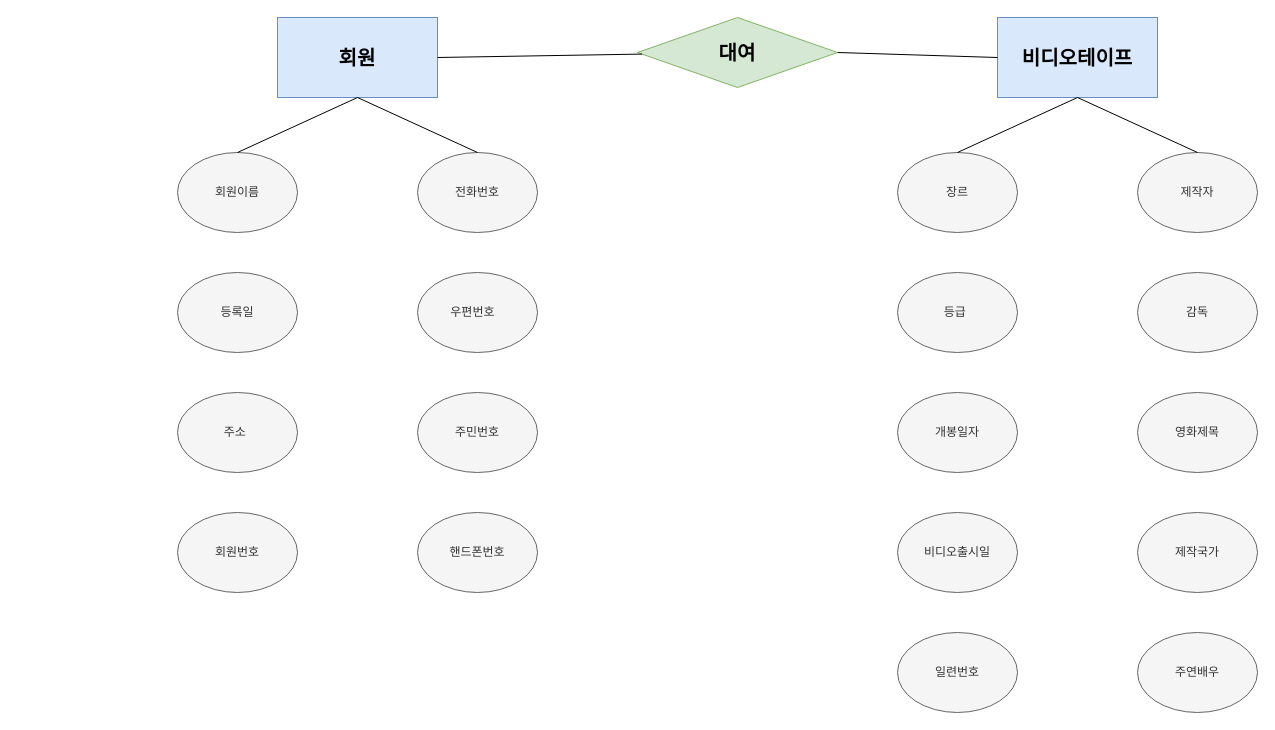
This is 개념적 데이터베이스 모델링.drawio from pjiny92/study, a draw.io file, before an edit. Source tidied: cells renumbered, new cells numbered last; positions are measured from the earlier drawing's top-left corner, leaving out a move shared by most shapes. Both pictures are drawn from the tidied source at 100%, with x=0, y=0 at pixel (177, 17).
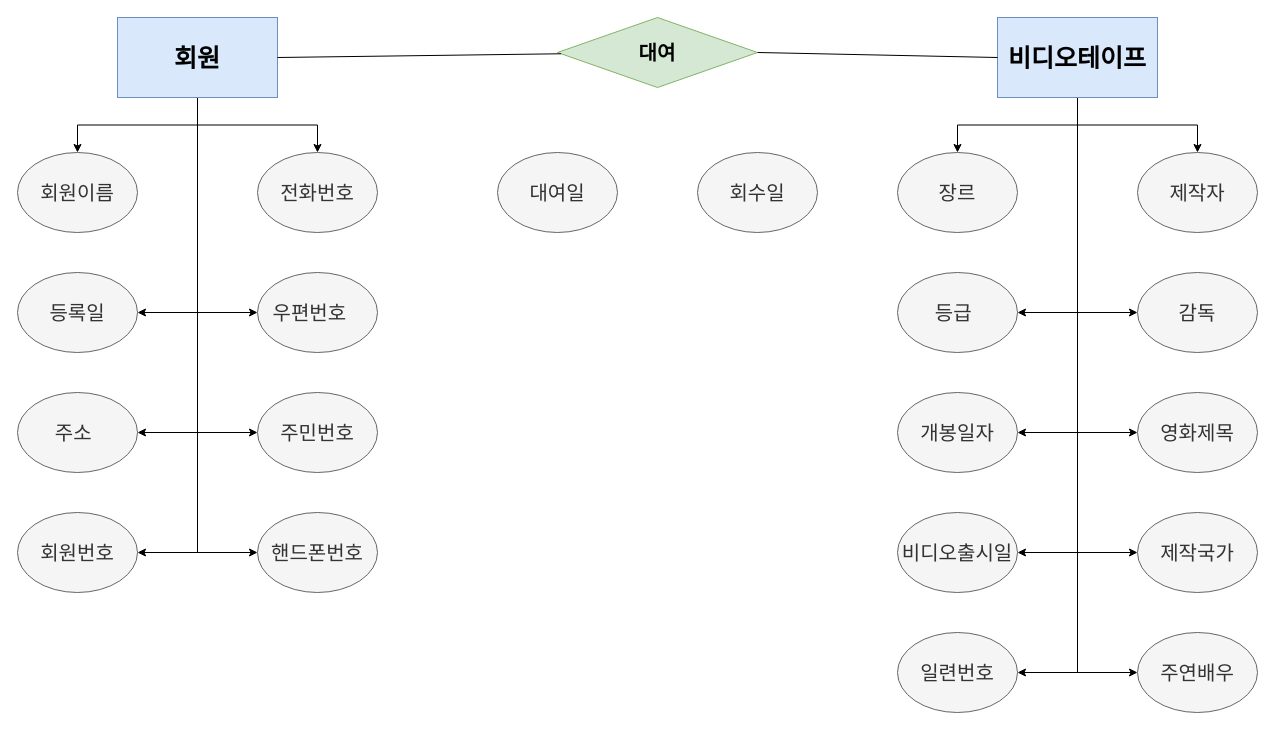
The same diagram, later.

Commit message:
개념적 데이터베이스 모델링.drawio 업데이트

Change to the diagram source:
```diff
@@
+    <mxCell id="29" style="edgeStyle=orthogonalEdgeStyle;rounded=0;jettySize=auto;html=1;exitX=0.5;exitY=1;exitDx=0;exitDy=0;entryX=0.5;entryY=0;entryDx=0;entryDy=0;" parent="1" edge="1" source="2" target="5">
+      <mxGeometry relative="1" as="geometry" />
+    </mxCell>
+    <mxCell id="30" style="edgeStyle=orthogonalEdgeStyle;rounded=0;jettySize=auto;html=1;exitX=0.5;exitY=1;exitDx=0;exitDy=0;entryX=0.5;entryY=0;entryDx=0;entryDy=0;" parent="1" edge="1" source="2" target="6">
+      <mxGeometry relative="1" as="geometry" />
+    </mxCell>
+    <mxCell id="31" style="edgeStyle=orthogonalEdgeStyle;rounded=0;jettySize=auto;html=1;exitX=0.5;exitY=1;exitDx=0;exitDy=0;entryX=1;entryY=0.5;entryDx=0;entryDy=0;" parent="1" edge="1" source="2" target="21">
+      <mxGeometry relative="1" as="geometry" />
+    </mxCell>
+    <mxCell id="32" style="edgeStyle=orthogonalEdgeStyle;rounded=0;jettySize=auto;html=1;exitX=0.5;exitY=1;exitDx=0;exitDy=0;entryX=0;entryY=0.5;entryDx=0;entryDy=0;" parent="1" edge="1" source="2" target="24">
+      <mxGeometry relative="1" as="geometry" />
+    </mxCell>
+    <mxCell id="33" style="edgeStyle=orthogonalEdgeStyle;rounded=0;jettySize=auto;html=1;exitX=0.5;exitY=1;exitDx=0;exitDy=0;entryX=1;entryY=0.5;entryDx=0;entryDy=0;" parent="1" edge="1" source="2" target="22">
+      <mxGeometry relative="1" as="geometry" />
+    </mxCell>
+    <mxCell id="34" style="edgeStyle=orthogonalEdgeStyle;rounded=0;jettySize=auto;html=1;exitX=0.5;exitY=1;exitDx=0;exitDy=0;entryX=0;entryY=0.5;entryDx=0;entryDy=0;" parent="1" edge="1" source="2" target="25">
+      <mxGeometry relative="1" as="geometry" />
+    </mxCell>
+    <mxCell id="35" style="edgeStyle=orthogonalEdgeStyle;rounded=0;jettySize=auto;html=1;exitX=0.5;exitY=1;exitDx=0;exitDy=0;entryX=1;entryY=0.5;entryDx=0;entryDy=0;" parent="1" edge="1" source="2" target="23">
+      <mxGeometry relative="1" as="geometry" />
+    </mxCell>
+    <mxCell id="36" style="edgeStyle=orthogonalEdgeStyle;rounded=0;jettySize=auto;html=1;exitX=0.5;exitY=1;exitDx=0;exitDy=0;entryX=0;entryY=0.5;entryDx=0;entryDy=0;" parent="1" edge="1" source="2" target="26">
+      <mxGeometry relative="1" as="geometry" />
+    </mxCell>
+    <mxCell id="37" style="edgeStyle=orthogonalEdgeStyle;rounded=0;jettySize=auto;html=1;exitX=0.5;exitY=1;exitDx=0;exitDy=0;entryX=1;entryY=0.5;entryDx=0;entryDy=0;" parent="1" edge="1" source="2" target="27">
+      <mxGeometry relative="1" as="geometry" />
+    </mxCell>
+    <mxCell id="38" style="edgeStyle=orthogonalEdgeStyle;rounded=0;jettySize=auto;html=1;exitX=0.5;exitY=1;exitDx=0;exitDy=0;entryX=0;entryY=0.5;entryDx=0;entryDy=0;" parent="1" edge="1" source="2" target="28">
+      <mxGeometry relative="1" as="geometry" />
+    </mxCell>
-    <mxCell id="2" value="비디오테이프" style="rounded=0;whiteSpace=wrap;html=1;fillColor=#dae8fc;strokeColor=#6c8ebf;fontStyle=1;fontSize=20;" parent="1" vertex="1">
+    <mxCell id="2" value="비디오테이프" style="rounded=0;whiteSpace=wrap;html=1;fillColor=#dae8fc;strokeColor=#6c8ebf;fontStyle=1;fontSize=25;" parent="1" vertex="1">
       <mxGeometry x="820" width="160" height="80" as="geometry" />
     </mxCell>
-    <mxCell id="3" value="전화번호" style="ellipse;whiteSpace=wrap;html=1;fillColor=#f5f5f5;fontColor=#333333;strokeColor=#666666;" parent="1" vertex="1">
-      <mxGeometry x="240" y="135" width="120" height="80" as="geometry" />
+    <mxCell id="3" value="전화번호" style="ellipse;whiteSpace=wrap;html=1;fillColor=#f5f5f5;fontColor=#333333;strokeColor=#666666;fontSize=20;" parent="1" vertex="1">
+      <mxGeometry x="80" y="135" width="120" height="80" as="geometry" />
     </mxCell>
     <mxCell id="4" value="&lt;b&gt;대여&lt;/b&gt;" style="rhombus;whiteSpace=wrap;html=1;fillColor=#d5e8d4;strokeColor=#82b366;fontSize=20;" parent="1" vertex="1">
-      <mxGeometry x="460" width="200" height="70" as="geometry" />
+      <mxGeometry x="380" width="200" height="70" as="geometry" />
     </mxCell>
-    <mxCell id="5" value="장르" style="ellipse;whiteSpace=wrap;html=1;fillColor=#f5f5f5;fontColor=#333333;strokeColor=#666666;" parent="1" vertex="1">
+    <mxCell id="5" value="장르" style="ellipse;whiteSpace=wrap;html=1;fillColor=#f5f5f5;fontColor=#333333;strokeColor=#666666;fontSize=20;" parent="1" vertex="1">
       <mxGeometry x="720" y="135" width="120" height="80" as="geometry" />
     </mxCell>
-    <mxCell id="6" value="제작자" style="ellipse;whiteSpace=wrap;html=1;fillColor=#f5f5f5;fontColor=#333333;strokeColor=#666666;" parent="1" vertex="1">
+    <mxCell id="6" value="제작자" style="ellipse;whiteSpace=wrap;html=1;fillColor=#f5f5f5;fontColor=#333333;strokeColor=#666666;fontSize=20;" parent="1" vertex="1">
       <mxGeometry x="960" y="135" width="120" height="80" as="geometry" />
     </mxCell>
-    <mxCell id="7" value="회원이름" style="ellipse;whiteSpace=wrap;html=1;fillColor=#f5f5f5;fontColor=#333333;strokeColor=#666666;" parent="1" vertex="1">
-      <mxGeometry y="135" width="120" height="80" as="geometry" />
+    <mxCell id="7" value="회원이름" style="ellipse;whiteSpace=wrap;html=1;fillColor=#f5f5f5;fontColor=#333333;strokeColor=#666666;fontSize=20;" parent="1" vertex="1">
+      <mxGeometry x="-160" y="135" width="120" height="80" as="geometry" />
     </mxCell>
+    <mxCell id="39" style="edgeStyle=orthogonalEdgeStyle;rounded=0;jettySize=auto;html=1;exitX=0.5;exitY=1;exitDx=0;exitDy=0;entryX=1;entryY=0.5;entryDx=0;entryDy=0;" parent="1" edge="1" source="8" target="15">
+      <mxGeometry relative="1" as="geometry" />
+    </mxCell>
+    <mxCell id="40" style="edgeStyle=orthogonalEdgeStyle;rounded=0;jettySize=auto;html=1;exitX=0.5;exitY=1;exitDx=0;exitDy=0;entryX=0.5;entryY=0;entryDx=0;entryDy=0;" parent="1" edge="1" source="8" target="7">
+      <mxGeometry relative="1" as="geometry" />
+    </mxCell>
+    <mxCell id="12" style="edgeStyle=orthogonalEdgeStyle;rounded=0;jettySize=auto;html=1;exitX=0.5;exitY=1;exitDx=0;exitDy=0;entryX=0.5;entryY=0;entryDx=0;entryDy=0;" parent="1" edge="1" source="8" target="3">
+      <mxGeometry relative="1" as="geometry" />
+    </mxCell>
+    <mxCell id="41" style="edgeStyle=orthogonalEdgeStyle;rounded=0;jettySize=auto;html=1;exitX=0.5;exitY=1;exitDx=0;exitDy=0;entryX=0;entryY=0.5;entryDx=0;entryDy=0;" parent="1" edge="1" source="8" target="18">
+      <mxGeometry relative="1" as="geometry" />
+    </mxCell>
+    <mxCell id="42" style="edgeStyle=orthogonalEdgeStyle;rounded=0;jettySize=auto;html=1;exitX=0.5;exitY=1;exitDx=0;exitDy=0;entryX=1;entryY=0.5;entryDx=0;entryDy=0;" parent="1" edge="1" source="8" target="16">
+      <mxGeometry relative="1" as="geometry" />
+    </mxCell>
+    <mxCell id="43" style="edgeStyle=orthogonalEdgeStyle;rounded=0;jettySize=auto;html=1;exitX=0.5;exitY=1;exitDx=0;exitDy=0;entryX=0;entryY=0.5;entryDx=0;entryDy=0;" parent="1" edge="1" source="8" target="19">
+      <mxGeometry relative="1" as="geometry" />
+    </mxCell>
+    <mxCell id="44" style="edgeStyle=orthogonalEdgeStyle;rounded=0;jettySize=auto;html=1;exitX=0.5;exitY=1;exitDx=0;exitDy=0;entryX=1;entryY=0.5;entryDx=0;entryDy=0;" parent="1" edge="1" source="8" target="17">
+      <mxGeometry relative="1" as="geometry" />
+    </mxCell>
+    <mxCell id="45" style="edgeStyle=orthogonalEdgeStyle;rounded=0;jettySize=auto;html=1;exitX=0.5;exitY=1;exitDx=0;exitDy=0;entryX=0;entryY=0.5;entryDx=0;entryDy=0;" parent="1" edge="1" source="8" target="20">
+      <mxGeometry relative="1" as="geometry" />
+    </mxCell>
-    <mxCell id="8" value="회원" style="rounded=0;whiteSpace=wrap;html=1;fillColor=#dae8fc;strokeColor=#6c8ebf;fontStyle=1;fontSize=20;" parent="1" vertex="1">
-      <mxGeometry x="100" width="160" height="80" as="geometry" />
+    <mxCell id="8" value="회원" style="rounded=0;whiteSpace=wrap;html=1;fillColor=#dae8fc;strokeColor=#6c8ebf;fontStyle=1;fontSize=25;" parent="1" vertex="1">
+      <mxGeometry x="-60" width="160" height="80" as="geometry" />
     </mxCell>
@@
-    <mxCell id="11" style="endArrow=none;html=1;rounded=0;entryX=0.5;entryY=1;entryDx=0;entryDy=0;exitX=0.5;exitY=0;exitDx=0;exitDy=0;" parent="1" edge="1" source="5" target="2">
-      <mxGeometry relative="1" as="geometry" />
-    </mxCell>
-    <mxCell id="12" style="endArrow=none;html=1;rounded=0;exitX=0.5;exitY=1;exitDx=0;exitDy=0;entryX=0.5;entryY=0;entryDx=0;entryDy=0;" parent="1" edge="1" source="8" target="3">
-      <mxGeometry relative="1" as="geometry" />
-    </mxCell>
-    <mxCell id="13" style="endArrow=none;html=1;rounded=0;exitX=0.5;exitY=0;exitDx=0;exitDy=0;entryX=0.5;entryY=1;entryDx=0;entryDy=0;" parent="1" edge="1" source="7" target="8">
-      <mxGeometry relative="1" as="geometry" />
-    </mxCell>
-    <mxCell id="14" style="endArrow=none;html=1;rounded=0;entryX=0.5;entryY=1;entryDx=0;entryDy=0;exitX=0.5;exitY=0;exitDx=0;exitDy=0;" parent="1" edge="1" source="6" target="2">
-      <mxGeometry relative="1" as="geometry" />
-    </mxCell>
-    <mxCell id="15" value="등록일" style="ellipse;whiteSpace=wrap;html=1;fillColor=#f5f5f5;fontColor=#333333;strokeColor=#666666;" parent="1" vertex="1">
-      <mxGeometry y="255" width="120" height="80" as="geometry" />
+    <mxCell id="15" value="등록일" style="ellipse;whiteSpace=wrap;html=1;fillColor=#f5f5f5;fontColor=#333333;strokeColor=#666666;fontSize=20;" parent="1" vertex="1">
+      <mxGeometry x="-160" y="255" width="120" height="80" as="geometry" />
     </mxCell>
-    <mxCell id="16" value="주소&lt;span style=&quot;white-space: pre;&quot;&gt;&#9;&lt;/span&gt;" style="ellipse;whiteSpace=wrap;html=1;fillColor=#f5f5f5;fontColor=#333333;strokeColor=#666666;" parent="1" vertex="1">
-      <mxGeometry y="375" width="120" height="80" as="geometry" />
+    <mxCell id="16" value="주소&lt;span style=&quot;white-space: pre; font-size: 20px;&quot;&gt;&#9;&lt;/span&gt;" style="ellipse;whiteSpace=wrap;html=1;fillColor=#f5f5f5;fontColor=#333333;strokeColor=#666666;fontSize=20;" parent="1" vertex="1">
+      <mxGeometry x="-160" y="375" width="120" height="80" as="geometry" />
     </mxCell>
-    <mxCell id="17" value="회원번호" style="ellipse;whiteSpace=wrap;html=1;fillColor=#f5f5f5;fontColor=#333333;strokeColor=#666666;" parent="1" vertex="1">
-      <mxGeometry y="495" width="120" height="80" as="geometry" />
+    <mxCell id="17" value="회원번호" style="ellipse;whiteSpace=wrap;html=1;fillColor=#f5f5f5;fontColor=#333333;strokeColor=#666666;fontSize=20;" parent="1" vertex="1">
+      <mxGeometry x="-160" y="495" width="120" height="80" as="geometry" />
     </mxCell>
-    <mxCell id="18" value="우편번호&lt;span style=&quot;white-space: pre;&quot;&gt;&#9;&lt;/span&gt;" style="ellipse;whiteSpace=wrap;html=1;fillColor=#f5f5f5;fontColor=#333333;strokeColor=#666666;" parent="1" vertex="1">
-      <mxGeometry x="240" y="255" width="120" height="80" as="geometry" />
+    <mxCell id="18" value="우편번호&lt;span style=&quot;white-space: pre; font-size: 20px;&quot;&gt;&#9;&lt;/span&gt;" style="ellipse;whiteSpace=wrap;html=1;fillColor=#f5f5f5;fontColor=#333333;strokeColor=#666666;fontSize=20;" parent="1" vertex="1">
+      <mxGeometry x="80" y="255" width="120" height="80" as="geometry" />
     </mxCell>
-    <mxCell id="19" value="주민번호" style="ellipse;whiteSpace=wrap;html=1;fillColor=#f5f5f5;fontColor=#333333;strokeColor=#666666;" parent="1" vertex="1">
-      <mxGeometry x="240" y="375" width="120" height="80" as="geometry" />
+    <mxCell id="19" value="주민번호" style="ellipse;whiteSpace=wrap;html=1;fillColor=#f5f5f5;fontColor=#333333;strokeColor=#666666;fontSize=20;" parent="1" vertex="1">
+      <mxGeometry x="80" y="375" width="120" height="80" as="geometry" />
     </mxCell>
-    <mxCell id="20" value="핸드폰번호" style="ellipse;whiteSpace=wrap;html=1;fillColor=#f5f5f5;fontColor=#333333;strokeColor=#666666;" parent="1" vertex="1">
-      <mxGeometry x="240" y="495" width="120" height="80" as="geometry" />
+    <mxCell id="20" value="핸드폰번호" style="ellipse;whiteSpace=wrap;html=1;fillColor=#f5f5f5;fontColor=#333333;strokeColor=#666666;fontSize=20;" parent="1" vertex="1">
+      <mxGeometry x="80" y="495" width="120" height="80" as="geometry" />
     </mxCell>
-    <mxCell id="21" value="등급&lt;span style=&quot;white-space: pre;&quot;&gt;&#9;&lt;/span&gt;" style="ellipse;whiteSpace=wrap;html=1;fillColor=#f5f5f5;fontColor=#333333;strokeColor=#666666;" parent="1" vertex="1">
+    <mxCell id="21" value="등급&lt;span style=&quot;white-space: pre; font-size: 20px;&quot;&gt;&#9;&lt;/span&gt;" style="ellipse;whiteSpace=wrap;html=1;fillColor=#f5f5f5;fontColor=#333333;strokeColor=#666666;fontSize=20;" parent="1" vertex="1">
       <mxGeometry x="720" y="255" width="120" height="80" as="geometry" />
     </mxCell>
-    <mxCell id="22" value="개봉일자" style="ellipse;whiteSpace=wrap;html=1;fillColor=#f5f5f5;fontColor=#333333;strokeColor=#666666;" parent="1" vertex="1">
+    <mxCell id="22" value="개봉일자" style="ellipse;whiteSpace=wrap;html=1;fillColor=#f5f5f5;fontColor=#333333;strokeColor=#666666;fontSize=20;" parent="1" vertex="1">
       <mxGeometry x="720" y="375" width="120" height="80" as="geometry" />
     </mxCell>
-    <mxCell id="23" value="비디오출시일" style="ellipse;whiteSpace=wrap;html=1;fillColor=#f5f5f5;fontColor=#333333;strokeColor=#666666;" parent="1" vertex="1">
+    <mxCell id="23" value="비디오출시일" style="ellipse;whiteSpace=wrap;html=1;fillColor=#f5f5f5;fontColor=#333333;strokeColor=#666666;fontSize=20;" parent="1" vertex="1">
       <mxGeometry x="720" y="495" width="120" height="80" as="geometry" />
     </mxCell>
-    <mxCell id="24" value="감독" style="ellipse;whiteSpace=wrap;html=1;fillColor=#f5f5f5;fontColor=#333333;strokeColor=#666666;" parent="1" vertex="1">
+    <mxCell id="24" value="감독" style="ellipse;whiteSpace=wrap;html=1;fillColor=#f5f5f5;fontColor=#333333;strokeColor=#666666;fontSize=20;" parent="1" vertex="1">
       <mxGeometry x="960" y="255" width="120" height="80" as="geometry" />
     </mxCell>
-    <mxCell id="25" value="영화제목" style="ellipse;whiteSpace=wrap;html=1;fillColor=#f5f5f5;fontColor=#333333;strokeColor=#666666;" parent="1" vertex="1">
+    <mxCell id="25" value="영화제목" style="ellipse;whiteSpace=wrap;html=1;fillColor=#f5f5f5;fontColor=#333333;strokeColor=#666666;fontSize=20;" parent="1" vertex="1">
       <mxGeometry x="960" y="375" width="120" height="80" as="geometry" />
     </mxCell>
-    <mxCell id="26" value="제작국가" style="ellipse;whiteSpace=wrap;html=1;fillColor=#f5f5f5;fontColor=#333333;strokeColor=#666666;" parent="1" vertex="1">
+    <mxCell id="26" value="제작국가" style="ellipse;whiteSpace=wrap;html=1;fillColor=#f5f5f5;fontColor=#333333;strokeColor=#666666;fontSize=20;" parent="1" vertex="1">
       <mxGeometry x="960" y="495" width="120" height="80" as="geometry" />
     </mxCell>
-    <mxCell id="27" value="일련번호" style="ellipse;whiteSpace=wrap;html=1;fillColor=#f5f5f5;fontColor=#333333;strokeColor=#666666;" parent="1" vertex="1">
+    <mxCell id="27" value="일련번호" style="ellipse;whiteSpace=wrap;html=1;fillColor=#f5f5f5;fontColor=#333333;strokeColor=#666666;fontSize=20;" parent="1" vertex="1">
       <mxGeometry x="720" y="615" width="120" height="80" as="geometry" />
     </mxCell>
-    <mxCell id="28" value="주연배우" style="ellipse;whiteSpace=wrap;html=1;fillColor=#f5f5f5;fontColor=#333333;strokeColor=#666666;" parent="1" vertex="1">
+    <mxCell id="28" value="주연배우" style="ellipse;whiteSpace=wrap;html=1;fillColor=#f5f5f5;fontColor=#333333;strokeColor=#666666;fontSize=20;" parent="1" vertex="1">
       <mxGeometry x="960" y="615" width="120" height="80" as="geometry" />
     </mxCell>
+    <mxCell id="46" value="대여일" style="ellipse;whiteSpace=wrap;html=1;fillColor=#f5f5f5;fontColor=#333333;strokeColor=#666666;fontSize=20;" parent="1" vertex="1">
+      <mxGeometry x="320" y="135" width="120" height="80" as="geometry" />
+    </mxCell>
+    <mxCell id="47" value="회수일" style="ellipse;whiteSpace=wrap;html=1;fillColor=#f5f5f5;fontColor=#333333;strokeColor=#666666;fontSize=20;" parent="1" vertex="1">
+      <mxGeometry x="520" y="135" width="120" height="80" as="geometry" />
+    </mxCell>
```
